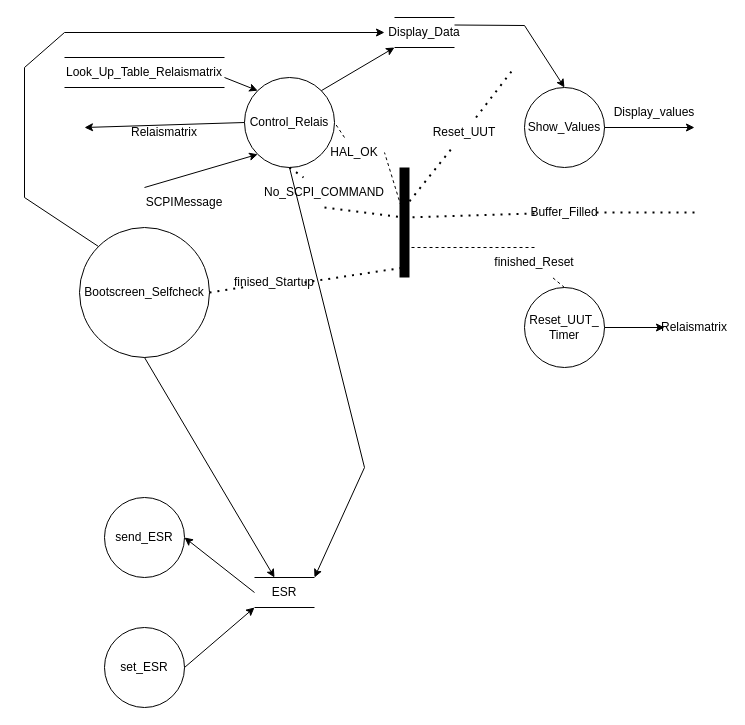
Above: DatenflussDiagramm.drawio in Lostqw1/Funfun (draw.io), before the change. Source tidied: cells renumbered, new cells numbered last; positions are measured from the earlier drawing's top-left corner, leaving out a move shared by most shapes. Both pictures are drawn from the tidied source at 100%, with x=0, y=0 at pixel (24, 17).
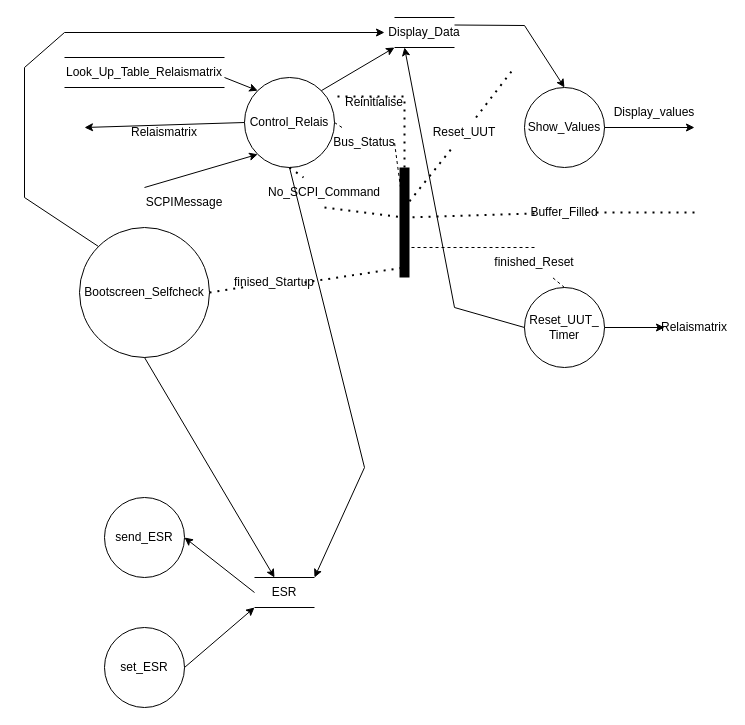
The same page after the edit.

Unchanged cells that the change refers to:
```xml
<mxCell id="2" value="Control_Relais" style="ellipse;whiteSpace=wrap;html=1;" parent="1" vertex="1">
  <mxGeometry x="220" y="60" width="90" height="90" as="geometry" />
</mxCell>
<mxCell id="22" value="Reset_UUT_&lt;br&gt;Timer" style="ellipse;whiteSpace=wrap;html=1;" parent="1" vertex="1">
  <mxGeometry x="500" y="270" width="80" height="80" as="geometry" />
</mxCell>
```

What changed in the source:
```diff
@@
-    <mxCell id="29" value="HAL_OK" style="text;html=1;strokeColor=none;fillColor=none;align=center;verticalAlign=middle;whiteSpace=wrap;rounded=0;" parent="1" vertex="1">
-      <mxGeometry x="300" y="120" width="60" height="30" as="geometry" />
+    <mxCell id="29" value="Bus_Status" style="text;html=1;strokeColor=none;fillColor=none;align=center;verticalAlign=middle;whiteSpace=wrap;rounded=0;" parent="1" vertex="1">
+      <mxGeometry x="310" y="110" width="60" height="30" as="geometry" />
     </mxCell>
@@
-    <mxCell id="43" value="No_SCPI_COMMAND" style="text;html=1;strokeColor=none;fillColor=none;align=center;verticalAlign=middle;whiteSpace=wrap;rounded=0;rotation=0;" parent="1" vertex="1">
+    <mxCell id="43" value="No_SCPI_Command" style="text;html=1;strokeColor=none;fillColor=none;align=center;verticalAlign=middle;whiteSpace=wrap;rounded=0;rotation=0;" parent="1" vertex="1">
       <mxGeometry x="270" y="160" width="60" height="30" as="geometry" />
     </mxCell>
@@
+    <mxCell id="52" style="endArrow=classic;html=1;rounded=0;exitX=0;exitY=0.5;exitDx=0;exitDy=0;" parent="1" edge="1" source="22">
+      <mxGeometry relative="1" as="geometry">
+        <mxPoint x="380" y="30" as="targetPoint" />
+        <Array as="points">
+          <mxPoint x="430" y="290" />
+        </Array>
+      </mxGeometry>
+    </mxCell>
+    <mxCell id="53" style="endArrow=none;dashed=1;html=1;dashPattern=1 3;strokeWidth=2;rounded=0;entryX=0.967;entryY=0.211;entryDx=0;entryDy=0;entryPerimeter=0;" parent="1" edge="1" target="2">
+      <mxGeometry relative="1" as="geometry">
+        <mxPoint x="380" y="150" as="sourcePoint" />
+        <Array as="points">
+          <mxPoint x="380" y="79" />
+        </Array>
+      </mxGeometry>
+    </mxCell>
+    <mxCell id="54" value="Reinitialise" style="text;html=1;strokeColor=none;fillColor=none;align=center;verticalAlign=middle;whiteSpace=wrap;rounded=0;" parent="1" vertex="1">
+      <mxGeometry x="320" y="70" width="60" height="30" as="geometry" />
+    </mxCell>
```
